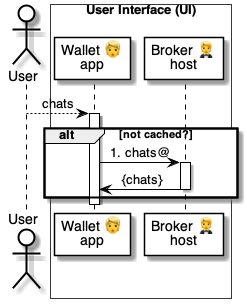
Earlier version of the PlantUML export 5 ⏩ Flows/90 🧑‍🦰👉 Wallets/20 👉💬 Chats/.📎 Assets/⚙️ List chats.png (pollyweb-org/pollyweb-docs). Its source is kept beside it as 5 ⏩ Flows/90 🧑‍🦰👉 Wallets/20 👉💬 Chats/.📎 Assets/⚙️ List chats.puml. Source of this version:
```plantuml
@startuml List Chats

actor User as user

box "User Interface (UI)"  #FFFFFF
    participant "Wallet 👱\napp" as wallet
    participant "Broker 🤵\nhost" as broker
end box

user --> wallet: chats

activate wallet

    alt not cached?

        wallet -> broker: 1. chats@

        activate broker
            broker -> wallet: {chats}
        deactivate broker

    end alt

deactivate wallet

@enduml
```
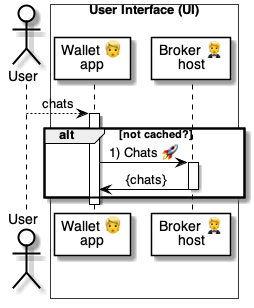
The same diagram one commit later.

Diff of the diagram source:
```diff
@@ -13,7 +13,7 @@
 
     alt not cached?
 
-        wallet -> broker: 1. chats@
+        wallet -> broker: 1) Chats 🚀
 
         activate broker
             broker -> wallet: {chats}
```
